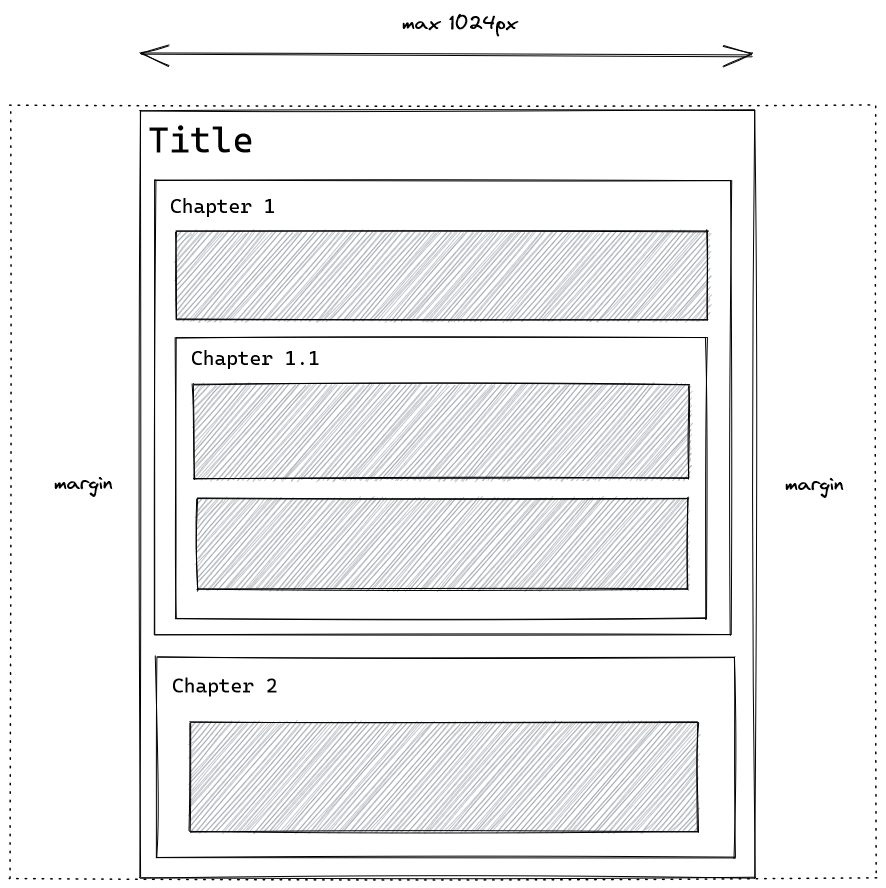
Above: tex/lista-1-1.png in pwr-piisw/materialy (Excalidraw), before the change. Source tidied: one line per element, renumbered; positions are measured from the earlier drawing's top-left corner, leaving out a move shared by most shapes. Source of this version:
```json
{"id": 0, "type": "rectangle", "strokeColor": "#000000", "strokeWidth": 1, "roughness": 1, "x": 130, "y": 100, "width": 615, "height": 767}
{"id": 1, "type": "rectangle", "strokeColor": "#000000", "strokeWidth": 1, "roughness": 1, "x": 145, "y": 170, "width": 576, "height": 454}
{"id": 2, "type": "rectangle", "strokeColor": "#000000", "strokeWidth": 1, "roughness": 1, "x": 147, "y": 648, "width": 578, "height": 200}
{"id": 3, "type": "text", "text": "Title", "strokeColor": "#000000", "strokeWidth": 1, "roughness": 1, "fontSize": 36, "fontFamily": 3, "x": 138, "y": 108, "width": 107, "height": 43}
{"id": 4, "type": "text", "text": "Chapter 1", "strokeColor": "#000000", "strokeWidth": 1, "roughness": 1, "fontSize": 20, "fontFamily": 3, "x": 160, "y": 184, "width": 106, "height": 24}
{"id": 5, "type": "text", "text": "Chapter 2", "strokeColor": "#000000", "strokeWidth": 1, "roughness": 1, "fontSize": 20, "fontFamily": 3, "x": 162, "y": 664, "width": 106, "height": 24}
{"id": 6, "type": "rectangle", "strokeColor": "#000000", "backgroundColor": "#868e96", "fillStyle": "hachure", "strokeWidth": 1, "roughness": 1, "x": 166, "y": 222, "width": 532, "height": 88}
{"id": 7, "type": "rectangle", "strokeColor": "#000000", "strokeWidth": 1, "roughness": 1, "x": 166, "y": 328, "width": 530, "height": 281}
{"id": 8, "type": "text", "text": "Chapter 1.1", "strokeColor": "#000000", "strokeWidth": 1, "roughness": 1, "fontSize": 20, "fontFamily": 3, "x": 181, "y": 336, "width": 130, "height": 24}
{"id": 9, "type": "rectangle", "strokeColor": "#000000", "backgroundColor": "#868e96", "fillStyle": "hachure", "strokeWidth": 1, "roughness": 1, "x": 184, "y": 374, "width": 495, "height": 94}
{"id": 10, "type": "rectangle", "strokeColor": "#000000", "backgroundColor": "#868e96", "fillStyle": "hachure", "strokeWidth": 1, "roughness": 1, "x": 187, "y": 488, "width": 491, "height": 91}
{"id": 11, "type": "rectangle", "strokeColor": "#000000", "backgroundColor": "#868e96", "fillStyle": "hachure", "strokeWidth": 1, "roughness": 1, "x": 180, "y": 712, "width": 508, "height": 109}
{"id": 12, "type": "rectangle", "strokeColor": "#000000", "strokeWidth": 1, "strokeStyle": "dotted", "roughness": 1, "x": 0, "y": 96, "width": 866, "height": 773}
{"id": 13, "type": "text", "text": "margin", "strokeColor": "#000000", "strokeWidth": 1, "strokeStyle": "dotted", "roughness": 1, "fontSize": 20, "fontFamily": 1, "x": 44, "y": 460, "width": 59, "height": 26}
{"id": 14, "type": "text", "text": "margin", "strokeColor": "#000000", "strokeWidth": 1, "strokeStyle": "dotted", "roughness": 1, "fontSize": 20, "fontFamily": 1, "x": 775, "y": 461, "width": 59, "height": 26}
{"id": 15, "type": "arrow", "strokeColor": "#000000", "strokeWidth": 1, "roughness": 1, "startArrowhead": "arrow", "endArrowhead": "arrow", "x": 130, "y": 44, "width": 611, "height": 2, "points": [[0, 0], [611, 2]]}
{"id": 16, "type": "text", "text": "max 1024px", "strokeColor": "#000000", "strokeWidth": 1, "roughness": 1, "fontSize": 20, "fontFamily": 1, "x": 392, "y": 0, "width": 116, "height": 26}
```
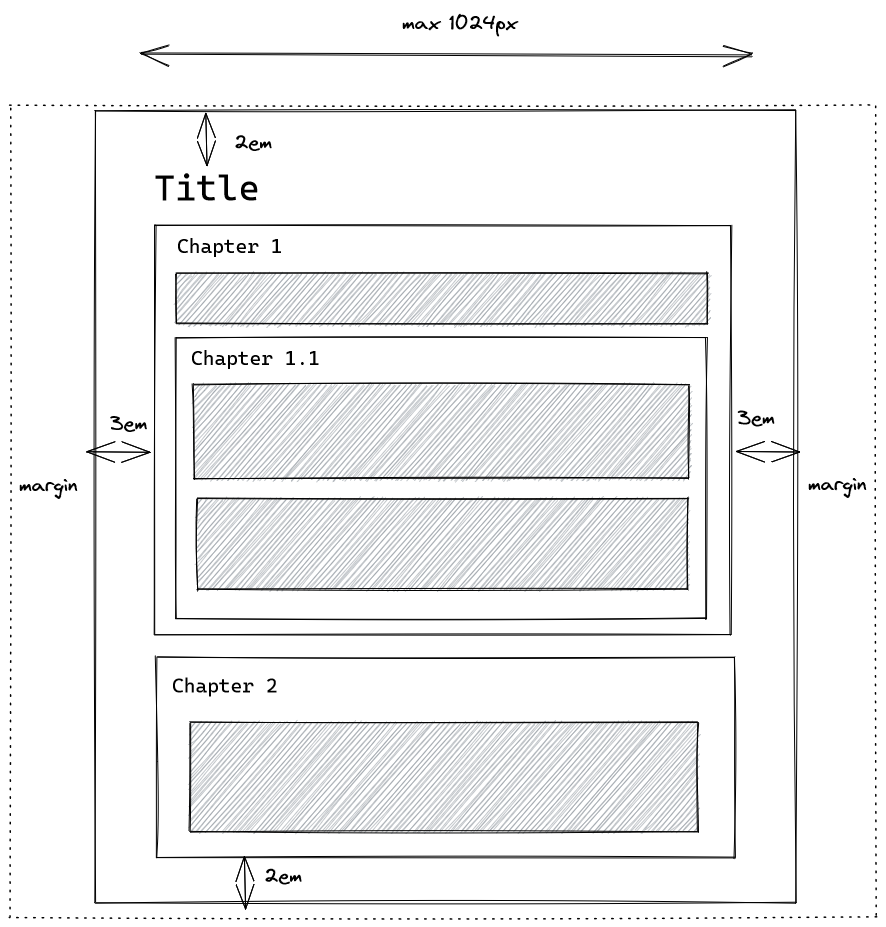
After the change.

Commit message:
lista 1 popr

The edit, as a diff of the source:
```diff
@@ -1,17 +1,25 @@
-{"id": 0, "type": "rectangle", "strokeColor": "#000000", "strokeWidth": 1, "roughness": 1, "x": 130, "y": 100, "width": 615, "height": 767}
+{"id": 0, "type": "rectangle", "strokeColor": "#000000", "strokeWidth": 1, "roughness": 1, "x": 85, "y": 100, "width": 701, "height": 792}
-{"id": 1, "type": "rectangle", "strokeColor": "#000000", "strokeWidth": 1, "roughness": 1, "x": 145, "y": 170, "width": 576, "height": 454}
+{"id": 1, "type": "rectangle", "strokeColor": "#000000", "strokeWidth": 1, "roughness": 1, "x": 145, "y": 216, "width": 576, "height": 409}
 {"id": 2, "type": "rectangle", "strokeColor": "#000000", "strokeWidth": 1, "roughness": 1, "x": 147, "y": 648, "width": 578, "height": 200}
-{"id": 3, "type": "text", "text": "Title", "strokeColor": "#000000", "strokeWidth": 1, "roughness": 1, "fontSize": 36, "fontFamily": 3, "x": 138, "y": 108, "width": 107, "height": 43}
+{"id": 3, "type": "text", "text": "Title", "strokeColor": "#000000", "strokeWidth": 1, "roughness": 1, "fontSize": 36, "fontFamily": 3, "x": 144, "y": 156, "width": 107, "height": 43}
-{"id": 4, "type": "text", "text": "Chapter 1", "strokeColor": "#000000", "strokeWidth": 1, "roughness": 1, "fontSize": 20, "fontFamily": 3, "x": 160, "y": 184, "width": 106, "height": 24}
+{"id": 4, "type": "text", "text": "Chapter 1", "strokeColor": "#000000", "strokeWidth": 1, "roughness": 1, "fontSize": 20, "fontFamily": 3, "x": 167, "y": 224, "width": 106, "height": 24}
 {"id": 5, "type": "text", "text": "Chapter 2", "strokeColor": "#000000", "strokeWidth": 1, "roughness": 1, "fontSize": 20, "fontFamily": 3, "x": 162, "y": 664, "width": 106, "height": 24}
-{"id": 6, "type": "rectangle", "strokeColor": "#000000", "backgroundColor": "#868e96", "fillStyle": "hachure", "strokeWidth": 1, "roughness": 1, "x": 166, "y": 222, "width": 532, "height": 88}
+{"id": 6, "type": "rectangle", "strokeColor": "#000000", "backgroundColor": "#868e96", "fillStyle": "hachure", "strokeWidth": 1, "roughness": 1, "x": 166, "y": 264, "width": 532, "height": 50}
 {"id": 7, "type": "rectangle", "strokeColor": "#000000", "strokeWidth": 1, "roughness": 1, "x": 166, "y": 328, "width": 530, "height": 281}
 {"id": 8, "type": "text", "text": "Chapter 1.1", "strokeColor": "#000000", "strokeWidth": 1, "roughness": 1, "fontSize": 20, "fontFamily": 3, "x": 181, "y": 336, "width": 130, "height": 24}
 {"id": 9, "type": "rectangle", "strokeColor": "#000000", "backgroundColor": "#868e96", "fillStyle": "hachure", "strokeWidth": 1, "roughness": 1, "x": 184, "y": 374, "width": 495, "height": 94}
 {"id": 10, "type": "rectangle", "strokeColor": "#000000", "backgroundColor": "#868e96", "fillStyle": "hachure", "strokeWidth": 1, "roughness": 1, "x": 187, "y": 488, "width": 491, "height": 91}
 {"id": 11, "type": "rectangle", "strokeColor": "#000000", "backgroundColor": "#868e96", "fillStyle": "hachure", "strokeWidth": 1, "roughness": 1, "x": 180, "y": 712, "width": 508, "height": 109}
-{"id": 12, "type": "rectangle", "strokeColor": "#000000", "strokeWidth": 1, "strokeStyle": "dotted", "roughness": 1, "x": 0, "y": 96, "width": 866, "height": 773}
+{"id": 12, "type": "rectangle", "strokeColor": "#000000", "strokeWidth": 1, "strokeStyle": "dotted", "roughness": 1, "x": 0, "y": 96, "width": 866, "height": 812}
-{"id": 13, "type": "text", "text": "margin", "strokeColor": "#000000", "strokeWidth": 1, "strokeStyle": "dotted", "roughness": 1, "fontSize": 20, "fontFamily": 1, "x": 44, "y": 460, "width": 59, "height": 26}
+{"id": 13, "type": "text", "text": "margin", "strokeColor": "#000000", "strokeWidth": 1, "strokeStyle": "dotted", "roughness": 1, "fontSize": 20, "fontFamily": 1, "x": 9, "y": 462, "width": 59, "height": 26}
-{"id": 14, "type": "text", "text": "margin", "strokeColor": "#000000", "strokeWidth": 1, "strokeStyle": "dotted", "roughness": 1, "fontSize": 20, "fontFamily": 1, "x": 775, "y": 461, "width": 59, "height": 26}
+{"id": 14, "type": "text", "text": "margin", "strokeColor": "#000000", "strokeWidth": 1, "strokeStyle": "dotted", "roughness": 1, "fontSize": 20, "fontFamily": 1, "x": 798, "y": 461, "width": 59, "height": 26}
 {"id": 15, "type": "arrow", "strokeColor": "#000000", "strokeWidth": 1, "roughness": 1, "startArrowhead": "arrow", "endArrowhead": "arrow", "x": 130, "y": 44, "width": 611, "height": 2, "points": [[0, 0], [611, 2]]}
 {"id": 16, "type": "text", "text": "max 1024px", "strokeColor": "#000000", "strokeWidth": 1, "roughness": 1, "fontSize": 20, "fontFamily": 1, "x": 392, "y": 0, "width": 116, "height": 26}
+{"id": 17, "type": "arrow", "strokeColor": "#000000", "strokeWidth": 1, "roughness": 0, "startArrowhead": "arrow", "endArrowhead": "arrow", "x": 196, "y": 103, "width": 1, "height": 52, "points": [[0, 0], [1, 52]]}
+{"id": 18, "type": "text", "text": "2em", "strokeColor": "#000000", "strokeWidth": 1, "roughness": 0, "fontSize": 20, "fontFamily": 1, "x": 224, "y": 119, "width": 39, "height": 26}
+{"id": 19, "type": "arrow", "strokeColor": "#000000", "strokeWidth": 1, "roughness": 0, "startArrowhead": "arrow", "endArrowhead": "arrow", "from": 7, "to": 0, "x": 140, "y": 442, "width": 63, "height": 1, "points": [[0, 0], [-63, -1]]}
+{"id": 20, "type": "text", "text": "3em", "strokeColor": "#000000", "strokeWidth": 1, "roughness": 0, "fontSize": 20, "fontFamily": 1, "x": 100, "y": 400, "width": 38, "height": 26}
+{"id": 21, "type": "arrow", "strokeColor": "#000000", "strokeWidth": 1, "roughness": 0, "startArrowhead": "arrow", "endArrowhead": "arrow", "from": 11, "to": 0, "x": 234, "y": 847, "width": 1, "height": 52, "points": [[0, 0], [1, 52]]}
+{"id": 22, "type": "text", "text": "2em", "strokeColor": "#000000", "strokeWidth": 1, "roughness": 0, "fontSize": 20, "fontFamily": 1, "x": 254, "y": 853, "width": 39, "height": 26}
+{"id": 23, "type": "arrow", "strokeColor": "#000000", "strokeWidth": 1, "roughness": 0, "startArrowhead": "arrow", "endArrowhead": "arrow", "from": 7, "to": 0, "x": 790, "y": 442, "width": 63, "height": 1, "points": [[0, 0], [-63, -1]]}
+{"id": 24, "type": "text", "text": "3em", "strokeColor": "#000000", "strokeWidth": 1, "roughness": 0, "fontSize": 20, "fontFamily": 1, "x": 728, "y": 395, "width": 38, "height": 26}
```
